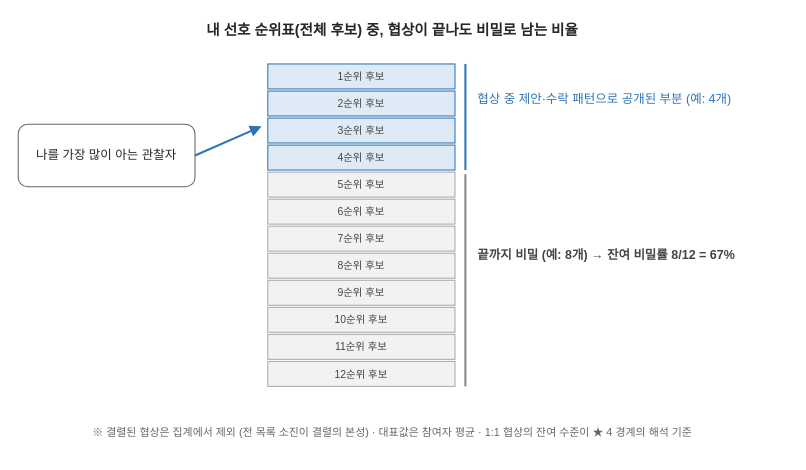
Above: docs/changbae/drawio/61-4-CF-잔여-비밀률-개념.drawio in Sunwoo-Nam/architect-teamproject (draw.io), before the change. Source tidied: cells renumbered, new cells numbered last; positions are measured from the earlier drawing's top-left corner, leaving out a move shared by most shapes. Both pictures are drawn from the tidied source at 104%, with x=0, y=0 at pixel (18, 18).
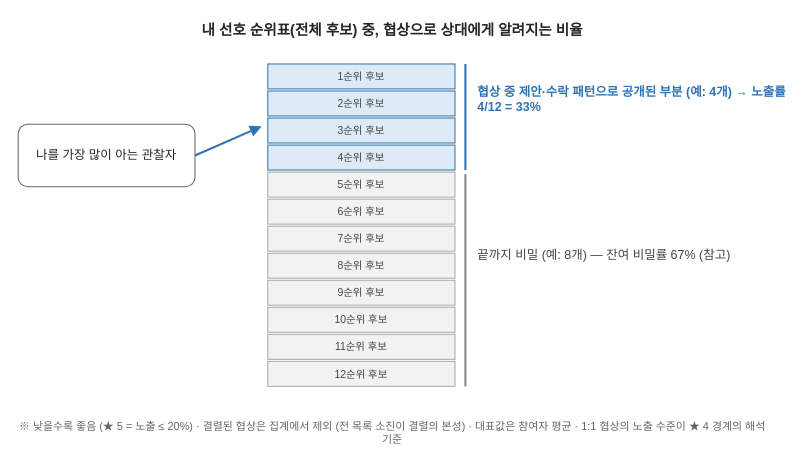
After the change.

Change to the diagram source:
```diff
@@
-    <mxCell id="2" value="내 선호 순위표(전체 후보) 중, 협상이 끝나도 비밀로 남는 비율" style="rounded=0;whiteSpace=wrap;html=1;fillColor=none;strokeColor=none;fontSize=14;fontColor=#262626;align=center;verticalAlign=middle;strokeWidth=1;fontStyle=1;strokeColor=none;" parent="1" vertex="1">
+    <mxCell id="2" value="내 선호 순위표(전체 후보) 중, 협상으로 상대에게 알려지는 비율" style="rounded=0;whiteSpace=wrap;html=1;fillColor=none;strokeColor=none;fontSize=14;fontColor=#262626;align=center;verticalAlign=middle;strokeWidth=1;fontStyle=1;strokeColor=none;" parent="1" vertex="1">
       <mxGeometry width="720" height="24" as="geometry" />
     </mxCell>
@@
-    <mxCell id="18" value="협상 중 제안·수락 패턴으로&amp;#10;공개된 부분 (예: 4개)" style="rounded=0;whiteSpace=wrap;html=1;fillColor=none;strokeColor=none;fontSize=12;fontColor=#2E74B5;align=left;verticalAlign=middle;strokeWidth=1;strokeColor=none;" parent="1" vertex="1">
+    <mxCell id="18" value="협상 중 제안·수락 패턴으로&amp;#10;공개된 부분 (예: 4개)&amp;#10;→ 노출률 4/12 = 33%" style="rounded=0;whiteSpace=wrap;html=1;fillColor=none;strokeColor=none;fontSize=12;fontColor=#2E74B5;align=left;verticalAlign=middle;strokeWidth=1;fontStyle=1;strokeColor=none;" parent="1" vertex="1">
       <mxGeometry x="440" y="58" width="300" height="40" as="geometry" />
     </mxCell>
@@
-    <mxCell id="20" value="끝까지 비밀 (예: 8개)&amp;#10;→ 잔여 비밀률 8/12 = 67%" style="rounded=0;whiteSpace=wrap;html=1;fillColor=none;strokeColor=none;fontSize=12;fontColor=#444444;align=left;verticalAlign=middle;strokeWidth=1;fontStyle=1;strokeColor=none;" parent="1" vertex="1">
+    <mxCell id="20" value="끝까지 비밀 (예: 8개)&amp;#10;— 잔여 비밀률 67% (참고)" style="rounded=0;whiteSpace=wrap;html=1;fillColor=none;strokeColor=none;fontSize=12;fontColor=#444444;align=left;verticalAlign=middle;strokeWidth=1;strokeColor=none;" parent="1" vertex="1">
       <mxGeometry x="440" y="208" width="300" height="40" as="geometry" />
     </mxCell>
-    <mxCell id="21" value="※ 결렬된 협상은 집계에서 제외 (전 목록 소진이 결렬의 본성) · 대표값은 참여자 평균 · 1:1 협상의 잔여 수준이 ★ 4 경계의 해석 기준" style="rounded=0;whiteSpace=wrap;html=1;fillColor=none;strokeColor=none;fontSize=10.5;fontColor=#666666;align=center;verticalAlign=middle;strokeWidth=1;strokeColor=none;" parent="1" vertex="1">
+    <mxCell id="21" value="※ 낮을수록 좋음 (★ 5 = 노출 ≤ 20%) · 결렬된 협상은 집계에서 제외 (전 목록 소진이 결렬의 본성) · 대표값은 참여자 평균 · 1:1 협상의 노출 수준이 ★ 4 경계의 해석 기준" style="rounded=0;whiteSpace=wrap;html=1;fillColor=none;strokeColor=none;fontSize=10.5;fontColor=#666666;align=center;verticalAlign=middle;strokeWidth=1;strokeColor=none;" parent="1" vertex="1">
       <mxGeometry y="378" width="720" height="40" as="geometry" />
     </mxCell>
```
